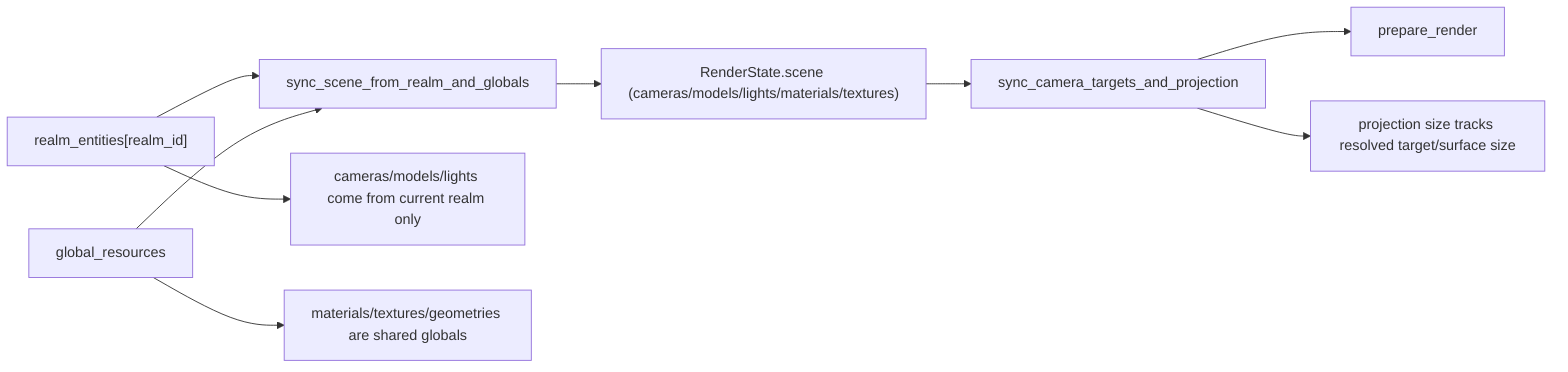
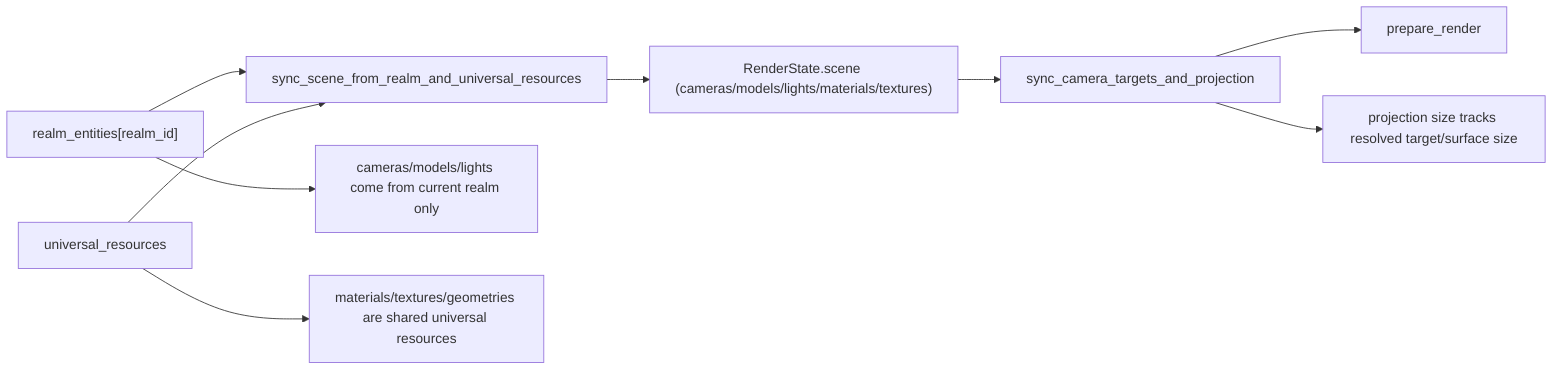
flowchart LR
  RE["realm_entities[realm_id]"]
-   GR["global_resources"]
-   SYNC["sync_scene_from_realm_and_globals"]
+   GR["universal_resources"]
+   SYNC["sync_scene_from_realm_and_universal_resources"]
  SCN["RenderState.scene (cameras/models/lights/materials/textures)"]
  CAM["sync_camera_targets_and_projection"]
  PREP["prepare_render"]

  RE --> SYNC
  GR --> SYNC
  SYNC --> SCN
  SCN --> CAM
  CAM --> PREP

  C1["cameras/models/lights come from current realm only"]
-   C2["materials/textures/geometries are shared globals"]
+   C2["materials/textures/geometries are shared universal resources"]
  C3["projection size tracks resolved target/surface size"]

  RE --> C1
  GR --> C2
  CAM --> C3
